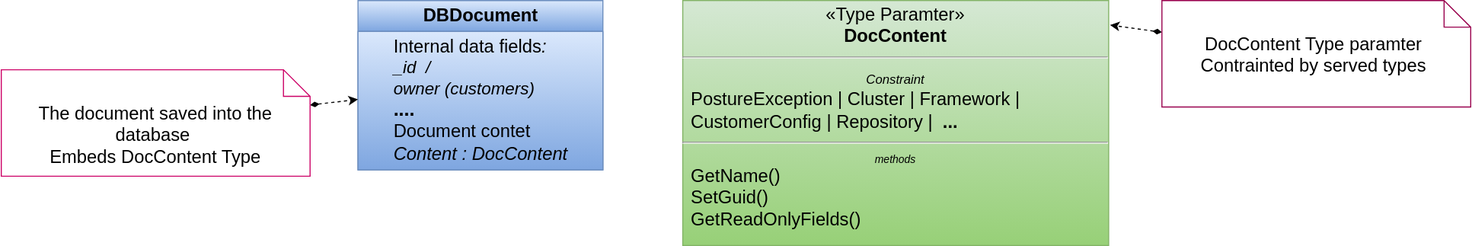
fossabot/config-service keeps this draw.io diagram as docs/types.drawio.svg. Above is the earlier version. Source tidied: cells renumbered, new cells last; positions are measured from the earlier drawing's top-left corner, leaving out a move shared by most shapes. Its diagram source:
```xml
<mxGraphModel>
  <root>
    <mxCell id="0" />
    <mxCell id="1" parent="0" />
    <mxCell id="2" value="DBDocument" style="swimlane;fontStyle=1;align=center;verticalAlign=middle;horizontal=1;startSize=29;html=1;fontFamily=Helvetica;fontSize=17;fillColor=#dae8fc;gradientColor=#7ea6e0;strokeColor=#6c8ebf;" parent="1" vertex="1">
      <mxGeometry x="335" width="230" height="159" as="geometry" />
    </mxCell>
    <mxCell id="3" value="&lt;div style=&quot;text-align: left;&quot;&gt;&lt;span style=&quot;background-color: initial;&quot;&gt;Internal data fields&lt;/span&gt;&lt;i style=&quot;background-color: initial;&quot;&gt;:&lt;/i&gt;&lt;/div&gt;&lt;div style=&quot;text-align: left; font-size: 16px;&quot;&gt;&lt;span style=&quot;background-color: initial;&quot;&gt;&lt;font style=&quot;font-size: 16px;&quot;&gt;&lt;i&gt;_id&amp;nbsp; /&lt;/i&gt;&lt;/font&gt;&lt;/span&gt;&lt;/div&gt;&lt;div style=&quot;text-align: left; font-size: 16px;&quot;&gt;&lt;span style=&quot;background-color: initial;&quot;&gt;&lt;font style=&quot;font-size: 16px;&quot;&gt;&lt;i&gt;owner (customers)&lt;/i&gt;&lt;/font&gt;&lt;/span&gt;&lt;/div&gt;&lt;b style=&quot;font-size: 18px;&quot;&gt;&lt;div style=&quot;text-align: left;&quot;&gt;&lt;b style=&quot;background-color: initial;&quot;&gt;....&lt;/b&gt;&lt;/div&gt;&lt;/b&gt;&lt;div style=&quot;text-align: left;&quot;&gt;Document contet&amp;nbsp;&lt;/div&gt;&lt;i&gt;Content : DocContent&lt;/i&gt;" style="text;html=1;align=center;verticalAlign=middle;strokeColor=#6c8ebf;fillColor=#dae8fc;fontSize=17;fontFamily=Helvetica;gradientColor=#7ea6e0;" parent="2" vertex="1">
      <mxGeometry y="29" width="230" height="130" as="geometry" />
    </mxCell>
    <mxCell id="4" value="&lt;p style=&quot;margin:0px;margin-top:4px;text-align:center;&quot;&gt;&lt;span style=&quot;&quot;&gt;«Type Paramter»&lt;/span&gt;&lt;br style=&quot;&quot;&gt;&lt;b style=&quot;&quot;&gt;DocContent&lt;/b&gt;&lt;br&gt;&lt;/p&gt;&lt;hr&gt;&lt;p style=&quot;margin: 0px; text-align: center;&quot;&gt;&lt;i style=&quot;&quot;&gt;&lt;font style=&quot;font-size: 12px;&quot;&gt;Constraint&lt;/font&gt;&lt;/i&gt;&lt;/p&gt;&lt;p style=&quot;margin: 0px 0px 0px 8px; text-align: left;&quot;&gt;PostureException | Cluster | Framework | CustomerConfig | Repository |&amp;nbsp;&lt;b&gt;&amp;nbsp;...&lt;/b&gt;&lt;/p&gt;&lt;hr&gt;&lt;p style=&quot;font-size:10px;margin:0px;text-align:center;&quot;&gt;&lt;i&gt;methods&lt;/i&gt;&lt;/p&gt;&lt;p style=&quot;margin:0px;margin-left:8px;text-align:left;&quot;&gt;GetName()&lt;br&gt;SetGuid()&amp;nbsp;&lt;br&gt;GetReadOnlyFields()&amp;nbsp;&lt;br&gt;&lt;b&gt;&lt;font style=&quot;font-size: 19px;&quot;&gt;...&lt;/font&gt;&lt;/b&gt;&lt;br&gt;&lt;br&gt;&lt;/p&gt;&lt;p style=&quot;margin:0px;margin-left:8px;text-align:center;&quot;&gt;&lt;br&gt;&lt;/p&gt;" style="shape=rect;html=1;overflow=fill;whiteSpace=wrap;fontFamily=Helvetica;fontSize=17;fillColor=#d5e8d4;gradientColor=#97d077;strokeColor=#82b366;" parent="1" vertex="1">
      <mxGeometry x="640" width="400" height="230" as="geometry" />
    </mxCell>
    <mxCell id="5" style="edgeStyle=none;shape=connector;rounded=0;jettySize=auto;html=1;dashed=1;labelBackgroundColor=default;strokeColor=default;fontFamily=Helvetica;fontSize=18;fontColor=default;startArrow=diamondThin;startFill=1;endArrow=classic;endFill=1;" parent="1" edge="1" source="6" target="2">
      <mxGeometry relative="1" as="geometry" />
    </mxCell>
    <mxCell id="6" value="The document saved into the database&amp;nbsp;&lt;br&gt;Embeds DocContent Type" style="shape=note2;boundedLbl=1;whiteSpace=wrap;html=1;size=25;verticalAlign=top;align=center;fontFamily=Helvetica;fontSize=17;fontColor=default;strokeColor=#CC0066;" parent="1" vertex="1">
      <mxGeometry y="65" width="290" height="100" as="geometry" />
    </mxCell>
    <mxCell id="7" style="edgeStyle=none;shape=connector;rounded=0;jettySize=auto;html=1;dashed=1;labelBackgroundColor=default;strokeColor=default;fontFamily=Helvetica;fontSize=18;fontColor=default;startArrow=diamondThin;startFill=1;endArrow=classic;endFill=1;entryX=1.003;entryY=0.1;entryDx=0;entryDy=0;entryPerimeter=0;" parent="1" edge="1" source="8" target="4">
      <mxGeometry relative="1" as="geometry" />
    </mxCell>
    <mxCell id="8" value="DocContent Type paramter&amp;nbsp;&lt;br&gt;Contrainted by served types&amp;nbsp;" style="shape=note2;boundedLbl=1;whiteSpace=wrap;html=1;size=25;verticalAlign=top;align=center;fontFamily=Helvetica;fontSize=17;fontColor=default;strokeColor=#99004D;" parent="1" vertex="1">
      <mxGeometry x="1090" width="290" height="100" as="geometry" />
    </mxCell>
  </root>
</mxGraphModel>
```
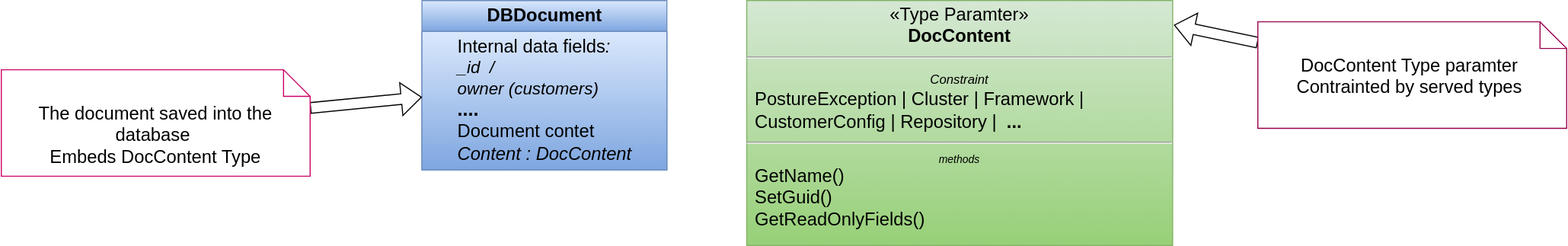
Above is the later version.

The edit, as a diff of the source:
```diff
@@ -11,17 +11,17 @@
     <mxCell id="4" value="&lt;p style=&quot;margin:0px;margin-top:4px;text-align:center;&quot;&gt;&lt;span style=&quot;&quot;&gt;«Type Paramter»&lt;/span&gt;&lt;br style=&quot;&quot;&gt;&lt;b style=&quot;&quot;&gt;DocContent&lt;/b&gt;&lt;br&gt;&lt;/p&gt;&lt;hr&gt;&lt;p style=&quot;margin: 0px; text-align: center;&quot;&gt;&lt;i style=&quot;&quot;&gt;&lt;font style=&quot;font-size: 12px;&quot;&gt;Constraint&lt;/font&gt;&lt;/i&gt;&lt;/p&gt;&lt;p style=&quot;margin: 0px 0px 0px 8px; text-align: left;&quot;&gt;PostureException | Cluster | Framework | CustomerConfig | Repository |&amp;nbsp;&lt;b&gt;&amp;nbsp;...&lt;/b&gt;&lt;/p&gt;&lt;hr&gt;&lt;p style=&quot;font-size:10px;margin:0px;text-align:center;&quot;&gt;&lt;i&gt;methods&lt;/i&gt;&lt;/p&gt;&lt;p style=&quot;margin:0px;margin-left:8px;text-align:left;&quot;&gt;GetName()&lt;br&gt;SetGuid()&amp;nbsp;&lt;br&gt;GetReadOnlyFields()&amp;nbsp;&lt;br&gt;&lt;b&gt;&lt;font style=&quot;font-size: 19px;&quot;&gt;...&lt;/font&gt;&lt;/b&gt;&lt;br&gt;&lt;br&gt;&lt;/p&gt;&lt;p style=&quot;margin:0px;margin-left:8px;text-align:center;&quot;&gt;&lt;br&gt;&lt;/p&gt;" style="shape=rect;html=1;overflow=fill;whiteSpace=wrap;fontFamily=Helvetica;fontSize=17;fillColor=#d5e8d4;gradientColor=#97d077;strokeColor=#82b366;" parent="1" vertex="1">
       <mxGeometry x="640" width="400" height="230" as="geometry" />
     </mxCell>
-    <mxCell id="5" style="edgeStyle=none;shape=connector;rounded=0;jettySize=auto;html=1;dashed=1;labelBackgroundColor=default;strokeColor=default;fontFamily=Helvetica;fontSize=18;fontColor=default;startArrow=diamondThin;startFill=1;endArrow=classic;endFill=1;" parent="1" edge="1" source="6" target="2">
+    <mxCell id="5" style="edgeStyle=none;shape=flexArrow;rounded=0;jettySize=auto;html=1;labelBackgroundColor=default;strokeColor=default;fontFamily=Helvetica;fontSize=18;fontColor=default;startArrow=none;startFill=0;endArrow=classic;endFill=1;fillColor=#FFFFFF;" parent="1" edge="1" source="6" target="2">
       <mxGeometry relative="1" as="geometry" />
     </mxCell>
     <mxCell id="6" value="The document saved into the database&amp;nbsp;&lt;br&gt;Embeds DocContent Type" style="shape=note2;boundedLbl=1;whiteSpace=wrap;html=1;size=25;verticalAlign=top;align=center;fontFamily=Helvetica;fontSize=17;fontColor=default;strokeColor=#CC0066;" parent="1" vertex="1">
-      <mxGeometry y="65" width="290" height="100" as="geometry" />
+      <mxGeometry x="-60" y="65" width="290" height="100" as="geometry" />
     </mxCell>
-    <mxCell id="7" style="edgeStyle=none;shape=connector;rounded=0;jettySize=auto;html=1;dashed=1;labelBackgroundColor=default;strokeColor=default;fontFamily=Helvetica;fontSize=18;fontColor=default;startArrow=diamondThin;startFill=1;endArrow=classic;endFill=1;entryX=1.003;entryY=0.1;entryDx=0;entryDy=0;entryPerimeter=0;" parent="1" edge="1" source="8" target="4">
+    <mxCell id="7" style="edgeStyle=none;shape=flexArrow;rounded=0;jettySize=auto;html=1;labelBackgroundColor=default;strokeColor=default;fontFamily=Helvetica;fontSize=18;fontColor=default;startArrow=none;startFill=0;endArrow=classic;endFill=1;entryX=1.003;entryY=0.1;entryDx=0;entryDy=0;entryPerimeter=0;fillColor=#FFFFFF;" parent="1" edge="1" source="8" target="4">
       <mxGeometry relative="1" as="geometry" />
     </mxCell>
     <mxCell id="8" value="DocContent Type paramter&amp;nbsp;&lt;br&gt;Contrainted by served types&amp;nbsp;" style="shape=note2;boundedLbl=1;whiteSpace=wrap;html=1;size=25;verticalAlign=top;align=center;fontFamily=Helvetica;fontSize=17;fontColor=default;strokeColor=#99004D;" parent="1" vertex="1">
-      <mxGeometry x="1090" width="290" height="100" as="geometry" />
+      <mxGeometry x="1120" y="20" width="290" height="100" as="geometry" />
     </mxCell>
   </root>
 </mxGraphModel>
```
